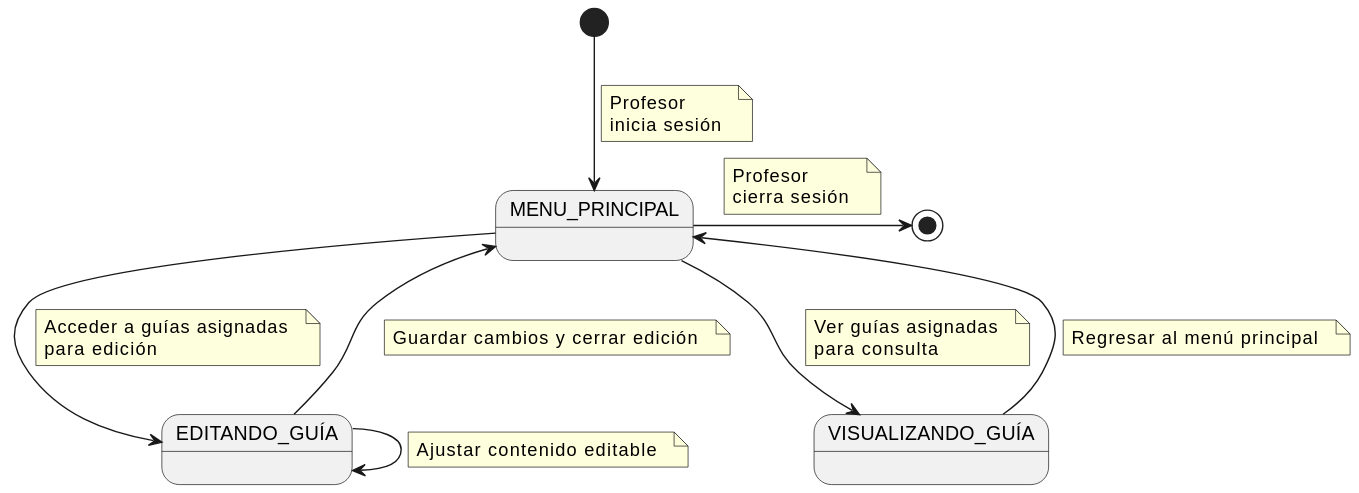
This is images/modelosUML/DiagramasContexto/DiagramaDeContextoProfesor.svg from mmasias/24-25-IdSw1-SDR, a PlantUML export, as it was before one commit.
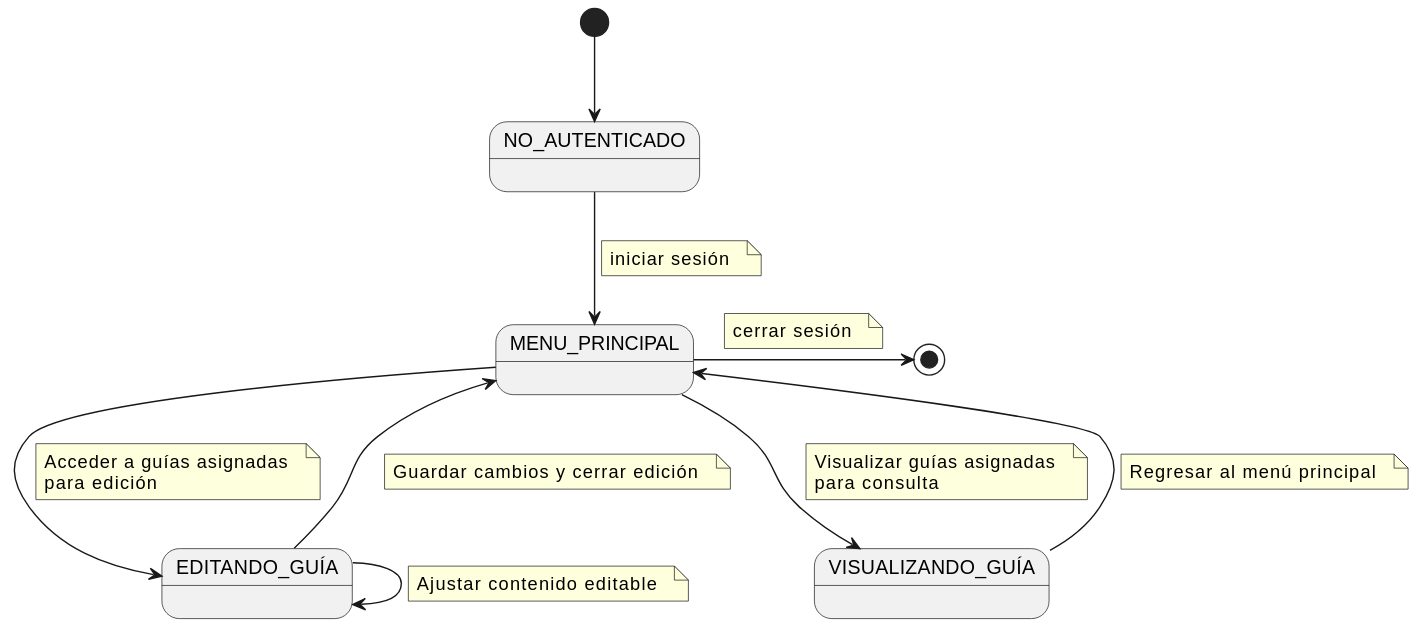
After the commit.

The edit, as a diff of the source:
```diff
@@ -1,23 +1,24 @@
 @startuml
+state "NO_AUTENTICADO" as NoAutenticado
 state "MENU_PRINCIPAL" as MenuPrincipal
 state "EDITANDO_GUÍA" as EditandoGuia
 state "VISUALIZANDO_GUÍA" as VisualizandoGuia
 
-[*] --> MenuPrincipal
-    note on link
-        Profesor
-        inicia sesión
+[*] --> NoAutenticado
+
+NoAutenticado --> MenuPrincipal
+note on link
+        iniciar sesión
     end note
 
 MenuPrincipal -> [*]
     note on link
-        Profesor
-        cierra sesión
+        cerrar sesión
     end note
 
 MenuPrincipal --> VisualizandoGuia
     note on link
-        Ver guías asignadas
+        Visualizar guías asignadas
         para consulta
     end note
 
```
